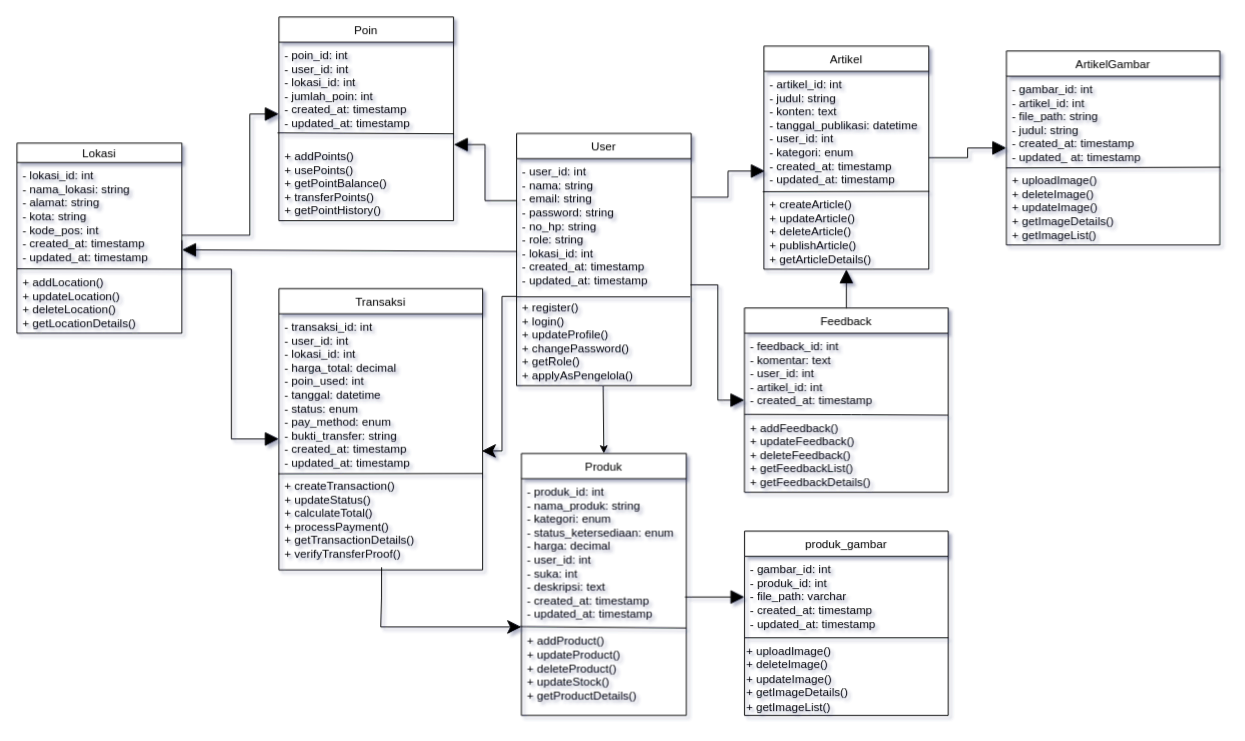
nossilleen/PBL-211 keeps this draw.io diagram as docs/diagram/classdiagram ecozense.drawio. Above is the earlier version. Source tidied: cells renumbered, new cells numbered last; positions are measured from the earlier drawing's top-left corner, leaving out a move shared by most shapes. Both pictures are drawn from the tidied source at 97%, with x=0, y=0 at pixel (16, 16).
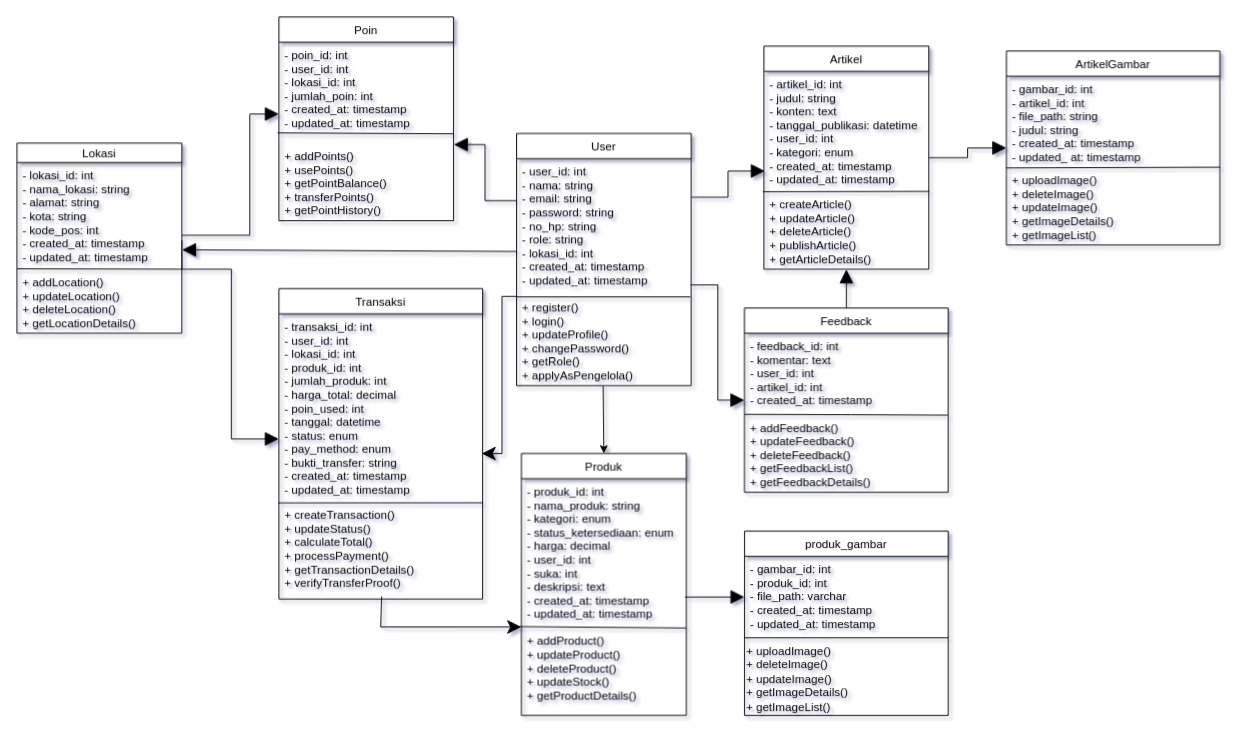
The same diagram, later.

Unchanged cells that the change refers to:
```xml
<mxCell id="40" value="- user_id: int&#10;- nama: string&#10;- email: string&#10;- password: string&#10;- no_hp: string&#10;- role: string&#10;- lokasi_id: int&#10;- created_at: timestamp&#10;- updated_at: timestamp&#10;&#10;+ register() &#10;+ login()&#10;+ updateProfile() &#10;+ changePassword() &#10;+ getRole()&#10;+ applyAsPengelola()" style="text;strokeColor=none;fillColor=none;align=left;verticalAlign=top;spacingLeft=4;spacingRight=4;overflow=hidden;points=[[0,0.5],[1,0.5]];portConstraint=eastwest;" parent="39" vertex="1">
  <mxGeometry y="26" width="180" height="234" as="geometry" />
</mxCell>
```

The edit, as a diff of the source:
```diff
@@
     <mxCell id="15" value="Transaksi" style="swimlane;fontStyle=0;horizontal=1;startSize=26;" parent="1" vertex="1">
-      <mxGeometry x="270" y="280" width="210" height="290" as="geometry" />
+      <mxGeometry x="270" y="280" width="210" height="320" as="geometry" />
     </mxCell>
-    <mxCell id="16" value="- transaksi_id: int&#10;- user_id: int&#10;- lokasi_id: int&#10;- harga_total: decimal&#10;- poin_used: int&#10;- tanggal: datetime&#10;- status: enum&#10;- pay_method: enum&#10;- bukti_transfer: string&#10;- created_at: timestamp&#10;- updated_at: timestamp" style="text;strokeColor=none;fillColor=none;align=left;verticalAlign=top;spacingLeft=4;spacingRight=4;overflow=hidden;points=[[0,0.5],[1,0.5]];portConstraint=eastwest;" parent="15" vertex="1">
-      <mxGeometry y="26" width="210" height="164" as="geometry" />
+    <mxCell id="16" value="- transaksi_id: int&#10;- user_id: int&#10;- lokasi_id: int&#10;- produk_id: int&#10;- jumlah_produk: int&#10;- harga_total: decimal&#10;- poin_used: int&#10;- tanggal: datetime&#10;- status: enum&#10;- pay_method: enum&#10;- bukti_transfer: string&#10;- created_at: timestamp&#10;- updated_at: timestamp" style="text;strokeColor=none;fillColor=none;align=left;verticalAlign=top;spacingLeft=4;spacingRight=4;overflow=hidden;points=[[0,0.5],[1,0.5]];portConstraint=eastwest;" parent="15" vertex="1">
+      <mxGeometry y="26" width="210" height="194" as="geometry" />
     </mxCell>
@@
     <mxCell id="18" value="+ createTransaction() &#10;+ updateStatus() &#10;+ calculateTotal()&#10;+ processPayment()&#10;+ getTransactionDetails()&#10;+ verifyTransferProof()" style="text;strokeColor=none;fillColor=none;align=left;verticalAlign=top;spacingLeft=4;spacingRight=4;overflow=hidden;points=[[0,0.5],[1,0.5]];portConstraint=eastwest;" parent="15" vertex="1">
-      <mxGeometry y="190" width="210" height="100" as="geometry" />
+      <mxGeometry y="220" width="210" height="100" as="geometry" />
     </mxCell>
@@
-    <mxCell id="48" style="edgeStyle=orthogonalEdgeStyle;html=1;entryX=0.996;entryY=0.862;entryDx=0;entryDy=0;entryPerimeter=0;elbow=vertical;rounded=0;curved=0;endSize=12;" parent="1" edge="1" source="40" target="16">
+    <mxCell id="48" style="edgeStyle=orthogonalEdgeStyle;html=1;elbow=vertical;rounded=0;curved=0;endSize=12;" parent="1" edge="1" source="40">
       <mxGeometry relative="1" as="geometry">
+        <mxPoint x="479" y="450" as="targetPoint" />
         <Array as="points">
           <mxPoint x="500" y="288" />
-          <mxPoint x="500" y="447" />
+          <mxPoint x="500" y="450" />
         </Array>
       </mxGeometry>
     </mxCell>
```
